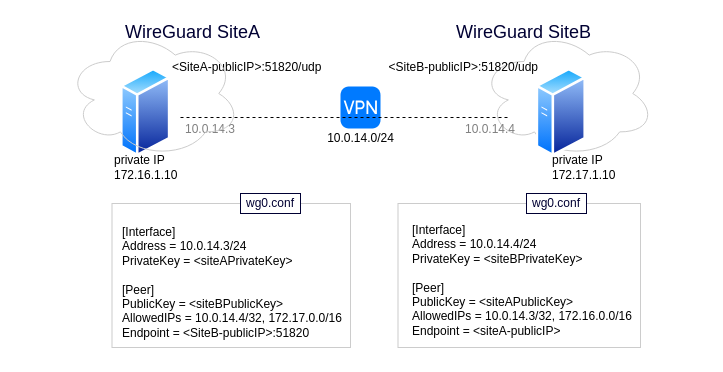
Before: diagrams/ubuntu-wireguard-site-to-site.drawio in fabianlee/blogcode, a draw.io diagram. Source tidied: cells renumbered, new cells numbered last; positions are measured from the earlier drawing's top-left corner, leaving out a move shared by most shapes. Both pictures are drawn from the tidied source at 100%, with x=0, y=0 at pixel (66, 17).
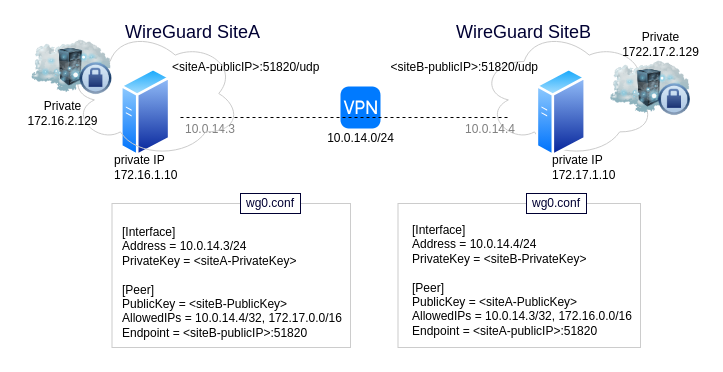
After the change.

Change to the diagram source:
```diff
@@
-    <mxCell id="13" value="&lt;div&gt;[Interface]&lt;/div&gt;&lt;div&gt;Address = 10.0.14.3/24&lt;/div&gt;&lt;div&gt;PrivateKey = &amp;lt;siteAPrivateKey&amp;gt;&lt;/div&gt;&lt;div&gt;&lt;br&gt;&lt;/div&gt;&lt;div&gt;[Peer]&lt;/div&gt;&lt;div&gt;PublicKey = &amp;lt;siteBPublicKey&amp;gt;&lt;/div&gt;&lt;div&gt;AllowedIPs = 10.0.14.4/32, 172.17.0.0/16&lt;/div&gt;&lt;div&gt;Endpoint = &amp;lt;SiteB-publicIP&amp;gt;:51820&lt;br&gt;&lt;/div&gt;&lt;div&gt;&lt;br&gt;&lt;/div&gt;" style="text;html=1;strokeColor=none;fillColor=none;align=left;verticalAlign=top;whiteSpace=wrap;rounded=0;" parent="1" vertex="1">
-      <mxGeometry x="54" y="201" width="230" height="110" as="geometry" />
+    <mxCell id="13" value="&lt;div&gt;[Interface]&lt;/div&gt;&lt;div&gt;Address = 10.0.14.3/24&lt;/div&gt;&lt;div&gt;PrivateKey = &amp;lt;siteA-PrivateKey&amp;gt;&lt;/div&gt;&lt;div&gt;&lt;br&gt;&lt;/div&gt;&lt;div&gt;[Peer]&lt;/div&gt;&lt;div&gt;PublicKey = &amp;lt;siteB-PublicKey&amp;gt;&lt;/div&gt;&lt;div&gt;AllowedIPs = 10.0.14.4/32, 172.17.0.0/16&lt;/div&gt;&lt;div&gt;Endpoint = &amp;lt;siteB-publicIP&amp;gt;:51820&lt;br&gt;&lt;/div&gt;&lt;div&gt;&lt;br&gt;&lt;/div&gt;" style="text;html=1;strokeColor=none;fillColor=none;align=left;verticalAlign=top;whiteSpace=wrap;rounded=0;" parent="1" vertex="1">
+      <mxGeometry x="54" y="201" width="230" height="129" as="geometry" />
     </mxCell>
-    <mxCell id="14" value="&lt;div&gt;&amp;lt;SiteA-publicIP&amp;gt;:51820/udp&lt;/div&gt;" style="text;html=1;strokeColor=none;fillColor=none;align=left;verticalAlign=middle;whiteSpace=wrap;rounded=0;" parent="1" vertex="1">
+    <mxCell id="14" value="&lt;div&gt;&amp;lt;siteA-publicIP&amp;gt;:51820/udp&lt;/div&gt;" style="text;html=1;strokeColor=none;fillColor=none;align=left;verticalAlign=middle;whiteSpace=wrap;rounded=0;" parent="1" vertex="1">
       <mxGeometry x="104.4" y="40" width="159.6" height="20" as="geometry" />
     </mxCell>
-    <mxCell id="15" value="&lt;div&gt;[Interface]&lt;/div&gt;&lt;div&gt;Address = 10.0.14.4/24&lt;/div&gt;&lt;div&gt;PrivateKey = &amp;lt;siteBPrivateKey&amp;gt;&lt;/div&gt;&lt;div&gt;&lt;br&gt;&lt;/div&gt;&lt;div&gt;[Peer]&lt;/div&gt;&lt;div&gt;PublicKey = &amp;lt;siteAPublicKey&amp;gt;&lt;/div&gt;&lt;div&gt;AllowedIPs = 10.0.14.3/32, 172.16.0.0/16&lt;/div&gt;&lt;div&gt;Endpoint = &amp;lt;siteA-publicIP&amp;gt;&lt;br&gt;&lt;/div&gt;&lt;div&gt;&lt;br&gt;&lt;/div&gt;" style="text;html=1;fillColor=none;align=left;verticalAlign=top;whiteSpace=wrap;rounded=0;perimeterSpacing=0;" parent="1" vertex="1">
-      <mxGeometry x="344" y="199" width="250" height="110" as="geometry" />
+    <mxCell id="15" value="&lt;div&gt;[Interface]&lt;/div&gt;&lt;div&gt;Address = 10.0.14.4/24&lt;/div&gt;&lt;div&gt;PrivateKey = &amp;lt;siteB-PrivateKey&amp;gt;&lt;/div&gt;&lt;div&gt;&lt;br&gt;&lt;/div&gt;&lt;div&gt;[Peer]&lt;/div&gt;&lt;div&gt;PublicKey = &amp;lt;siteA-PublicKey&amp;gt;&lt;/div&gt;&lt;div&gt;AllowedIPs = 10.0.14.3/32, 172.16.0.0/16&lt;/div&gt;&lt;div&gt;Endpoint = &amp;lt;siteA-publicIP&amp;gt;:51820&lt;br&gt;&lt;/div&gt;&lt;div&gt;&lt;br&gt;&lt;/div&gt;" style="text;html=1;fillColor=none;align=left;verticalAlign=top;whiteSpace=wrap;rounded=0;perimeterSpacing=0;" parent="1" vertex="1">
+      <mxGeometry x="344" y="199" width="250" height="131" as="geometry" />
     </mxCell>
@@
-    <mxCell id="20" value="&lt;div&gt;&amp;lt;SiteB-publicIP&amp;gt;:51820/udp&lt;/div&gt;" style="text;html=1;strokeColor=none;fillColor=none;align=right;verticalAlign=middle;whiteSpace=wrap;rounded=0;" parent="1" vertex="1">
+    <mxCell id="20" value="&lt;div&gt;&amp;lt;siteB-publicIP&amp;gt;:51820/udp&lt;/div&gt;" style="text;html=1;strokeColor=none;fillColor=none;align=right;verticalAlign=middle;whiteSpace=wrap;rounded=0;" parent="1" vertex="1">
       <mxGeometry x="304" y="40" width="169.6" height="20" as="geometry" />
     </mxCell>
@@
+    <mxCell id="23" style="image;html=1;image=img/lib/clip_art/networking/Cloud_Rack_Private_128x128.png;strokeColor=#CCCCCC;fillColor=none;align=right;" parent="1" vertex="1">
+      <mxGeometry x="544" y="31" width="80" height="80" as="geometry" />
+    </mxCell>
+    <mxCell id="24" style="image;html=1;image=img/lib/clip_art/networking/Cloud_Rack_Private_128x128.png;strokeColor=#CCCCCC;fillColor=none;align=right;" parent="1" vertex="1">
+      <mxGeometry x="-34.5" y="10" width="80" height="80" as="geometry" />
+    </mxCell>
+    <mxCell id="25" value="&lt;div&gt;Private&lt;/div&gt;&lt;div&gt;1722.17.2.129&lt;br&gt;&lt;/div&gt;" style="text;html=1;align=center;verticalAlign=middle;strokeColor=none;" parent="1" vertex="1">
+      <mxGeometry x="549" y="12" width="90" height="30" as="geometry" />
+    </mxCell>
+    <mxCell id="26" value="&lt;div&gt;Private&lt;/div&gt;&lt;div&gt;172.16.2.129&lt;br&gt;&lt;/div&gt;" style="text;html=1;align=center;verticalAlign=middle;strokeColor=none;" parent="1" vertex="1">
+      <mxGeometry x="-49.5" y="81" width="90" height="30" as="geometry" />
+    </mxCell>
```
